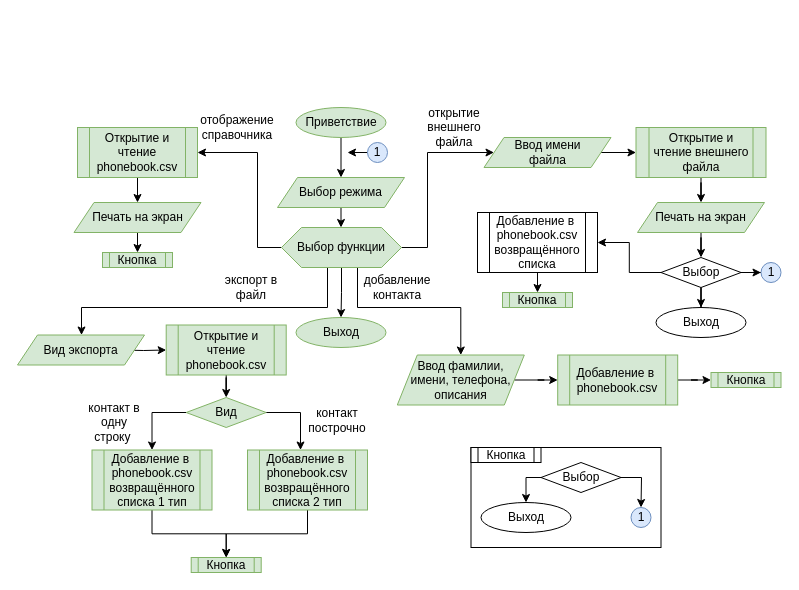
Above: Seminar7/Phonebook (HW7)/phonebook.drawio in ScherbakovAV/Python_GB (draw.io), before the change. Source tidied: cells renumbered, new cells numbered last; positions are measured from the earlier drawing's top-left corner, leaving out a move shared by most shapes. Both pictures are drawn from the tidied source at 100%, with x=0, y=0 at pixel (17, 107).
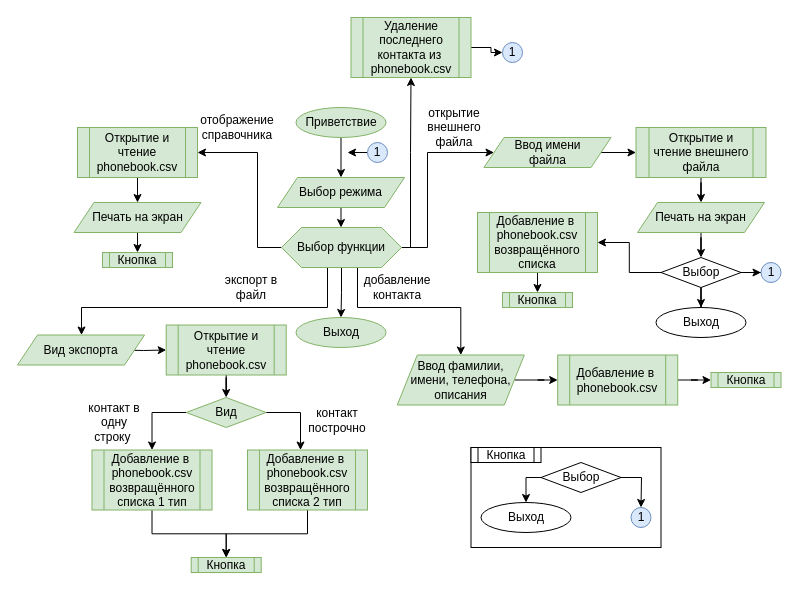
The same diagram, later.

The change refers to these unchanged cells:
```xml
<mxCell id="12" value="Выбор функции" style="shape=hexagon;perimeter=hexagonPerimeter2;whiteSpace=wrap;html=1;fixedSize=1;fillColor=#d5e8d4;strokeColor=#82b366;" parent="1" vertex="1">
  <mxGeometry x="264" y="120" width="120" height="40" as="geometry" />
</mxCell>
```

The edit, as a diff of the source:
```diff
@@
+    <mxCell id="65" style="edgeStyle=orthogonalEdgeStyle;rounded=0;jettySize=auto;html=1;entryX=0.5;entryY=1;entryDx=0;entryDy=0;" parent="1" edge="1" source="12" target="67">
+      <mxGeometry relative="1" as="geometry">
+        <Array as="points">
+          <mxPoint x="393" y="140" />
+          <mxPoint x="393" y="45" />
+        </Array>
+      </mxGeometry>
+    </mxCell>
@@
-    <mxCell id="34" value="Добавление в&amp;nbsp; phonebook.csv возвращённого списка" style="shape=process;whiteSpace=wrap;html=1;backgroundOutline=1;" parent="1" vertex="1">
+    <mxCell id="34" value="Добавление в&amp;nbsp; phonebook.csv возвращённого списка" style="shape=process;whiteSpace=wrap;html=1;backgroundOutline=1;fillColor=#d5e8d4;strokeColor=#82b366;" parent="1" vertex="1">
       <mxGeometry x="460" y="105" width="120" height="60" as="geometry" />
     </mxCell>
@@
+    <mxCell id="66" style="edgeStyle=orthogonalEdgeStyle;rounded=0;jettySize=auto;html=1;" parent="1" edge="1" source="67" target="68">
+      <mxGeometry relative="1" as="geometry" />
+    </mxCell>
+    <mxCell id="67" value="Удаление последнего контакта из&amp;nbsp; phonebook.csv" style="shape=process;whiteSpace=wrap;html=1;backgroundOutline=1;fillColor=#d5e8d4;strokeColor=#82b366;" parent="1" vertex="1">
+      <mxGeometry x="333.5" y="-90" width="120" height="60" as="geometry" />
+    </mxCell>
+    <mxCell id="68" value="1" style="ellipse;whiteSpace=wrap;html=1;fillColor=#dae8fc;strokeColor=#6c8ebf;" parent="1" vertex="1">
+      <mxGeometry x="485" y="-65" width="20" height="20" as="geometry" />
+    </mxCell>
```
